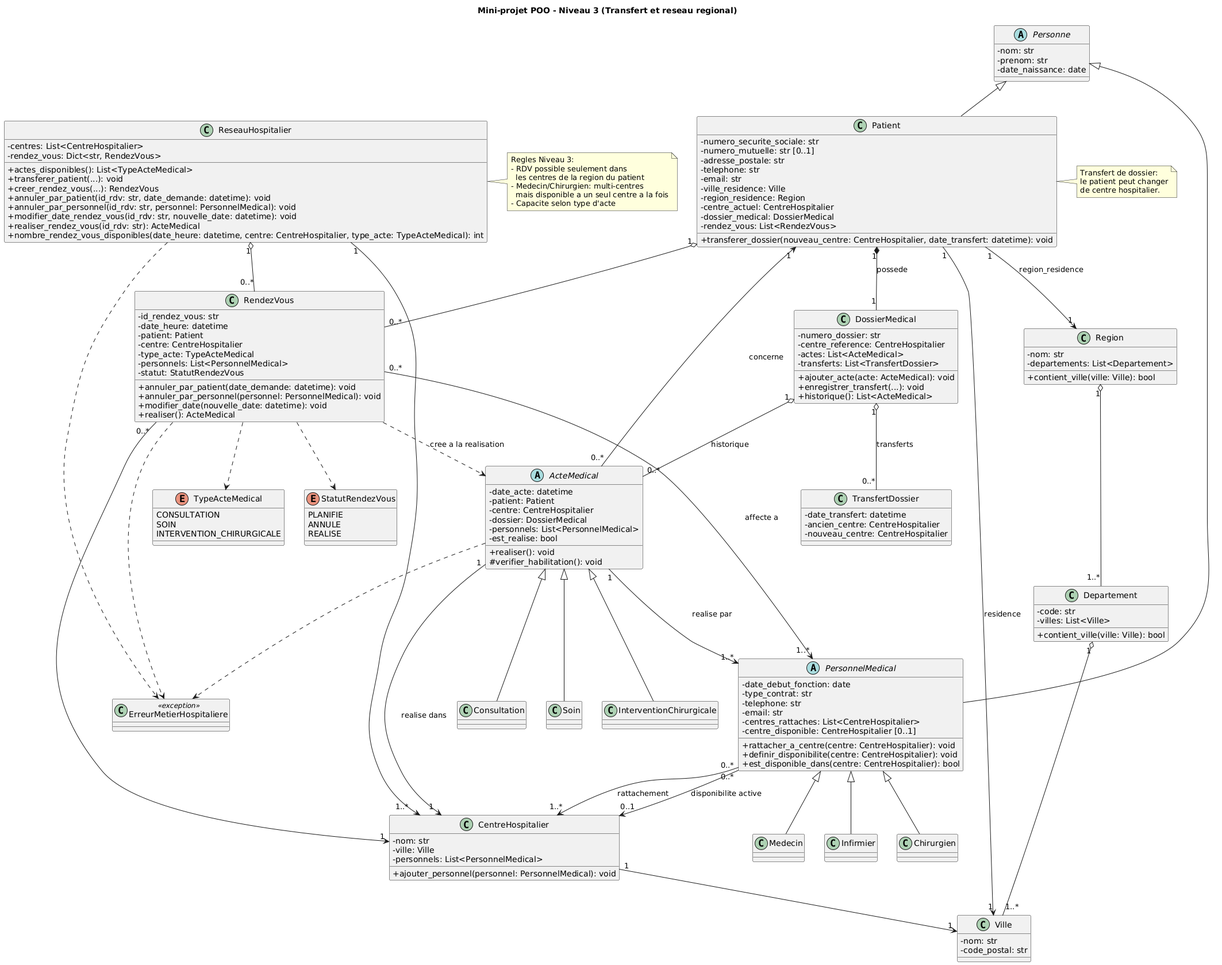
Before: niveau3/ConceptionNiv3.png, a diagram exported from PlantUML (Gascor/ESBPOO_S6_MINIPROJET1).
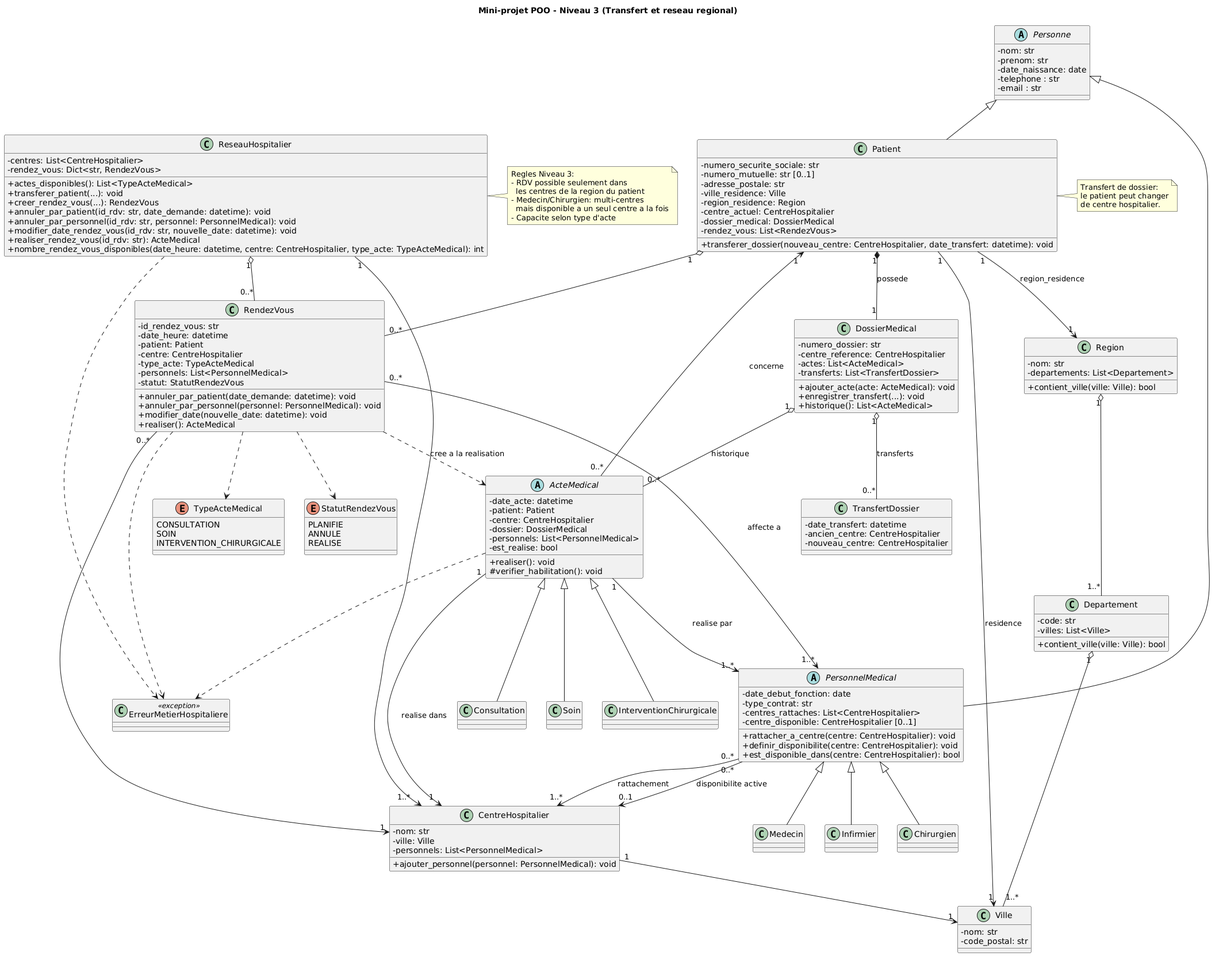
The same diagram one commit later.

Commit message:
fix (Conception Niv 3): Modification d'une erreur issue du début coté niveau 1 de la conception, les variables email et telephone etait des variable commune issu de la classe mère Personne;

Diff of the diagram source:
```diff
@@ -6,6 +6,8 @@
   - nom: str
   - prenom: str
   - date_naissance: date
+  - telephone : str
+  - email : str
 }
 
 class Ville {
@@ -36,8 +38,6 @@
   - numero_securite_sociale: str
   - numero_mutuelle: str [0..1]
   - adresse_postale: str
-  - telephone: str
-  - email: str
   - ville_residence: Ville
   - region_residence: Region
   - centre_actuel: CentreHospitalier
@@ -49,8 +49,6 @@
 abstract class PersonnelMedical {
   - date_debut_fonction: date
   - type_contrat: str
-  - telephone: str
-  - email: str
   - centres_rattaches: List<CentreHospitalier>
   - centre_disponible: CentreHospitalier [0..1]
   + rattacher_a_centre(centre: CentreHospitalier): void
```
